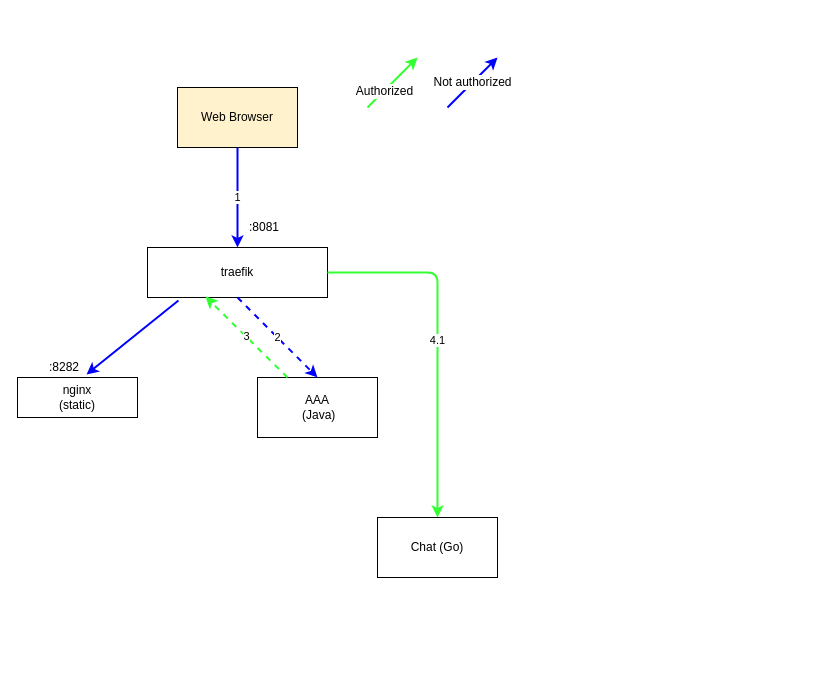
Above: .drawio/app.drawio in nkonev/videochat (draw.io), before the change. Source tidied: cells renumbered, new cells numbered last; positions are measured from the earlier drawing's top-left corner, leaving out a move shared by most shapes. Both pictures are drawn from the tidied source at 100%, with x=0, y=0 at pixel (17, 57).
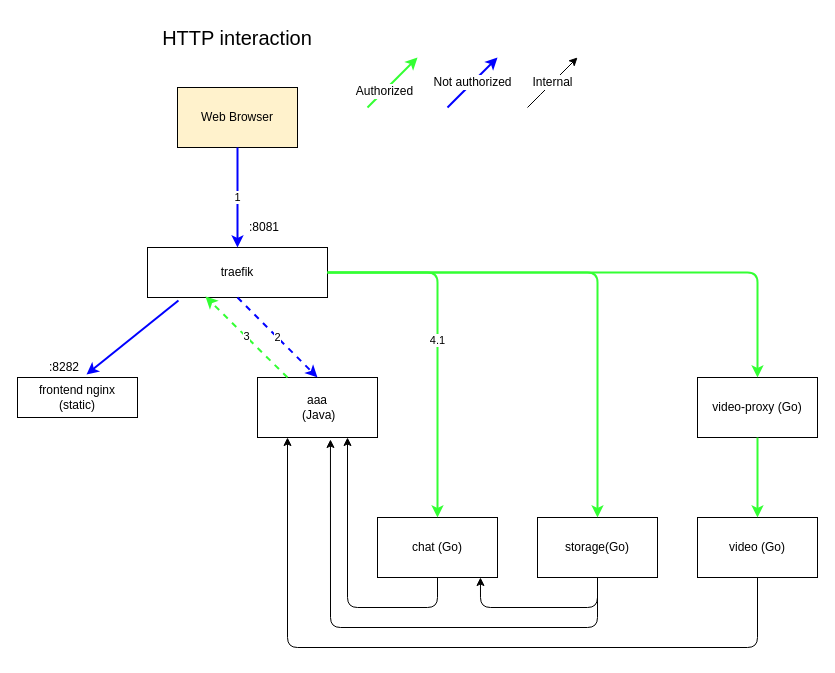
Above is the later version.

Commit message:
update http interaction scheme

The change refers to these unchanged cells:
```xml
<mxCell id="5" value="&lt;div&gt;traefik&lt;/div&gt;" style="rounded=0;whiteSpace=wrap;html=1;fillColor=#FFFFFF;" parent="1" vertex="1">
  <mxGeometry x="130" y="190" width="180" height="50" as="geometry" />
</mxCell>
```

Change to the diagram source:
```diff
@@
-    <mxCell id="3" value="&lt;div&gt;AAA&lt;/div&gt;&amp;nbsp;(Java)" style="rounded=0;whiteSpace=wrap;html=1;fillColor=#FFFFFF;" parent="1" vertex="1">
+    <mxCell id="3" value="&lt;div&gt;aaa&lt;/div&gt;&amp;nbsp;(Java)" style="rounded=0;whiteSpace=wrap;html=1;fillColor=#FFFFFF;" parent="1" vertex="1">
       <mxGeometry x="240" y="320" width="120" height="60" as="geometry" />
     </mxCell>
-    <mxCell id="4" value="&lt;div&gt;Chat (Go)&lt;/div&gt;" style="rounded=0;whiteSpace=wrap;html=1;fillColor=#FFFFFF;" parent="1" vertex="1">
+    <mxCell id="4" value="&lt;div&gt;chat (Go)&lt;/div&gt;" style="rounded=0;whiteSpace=wrap;html=1;fillColor=#FFFFFF;" parent="1" vertex="1">
       <mxGeometry x="360" y="460" width="120" height="60" as="geometry" />
     </mxCell>
@@
-    <mxCell id="13" value="&lt;div&gt;nginx&lt;/div&gt;&lt;div&gt;(static)&lt;br&gt;&lt;/div&gt;" style="rounded=0;whiteSpace=wrap;html=1;fillColor=#FFFFFF;" parent="1" vertex="1">
+    <mxCell id="13" value="&lt;div&gt;frontend nginx&lt;/div&gt;&lt;div&gt;(static)&lt;br&gt;&lt;/div&gt;" style="rounded=0;whiteSpace=wrap;html=1;fillColor=#FFFFFF;" parent="1" vertex="1">
       <mxGeometry y="320" width="120" height="40" as="geometry" />
     </mxCell>
@@
+    <mxCell id="17" value="&lt;div&gt;storage(Go)&lt;/div&gt;" style="rounded=0;whiteSpace=wrap;html=1;fillColor=#FFFFFF;" parent="1" vertex="1">
+      <mxGeometry x="520" y="460" width="120" height="60" as="geometry" />
+    </mxCell>
+    <mxCell id="18" value="&lt;div&gt;video (Go)&lt;/div&gt;" style="rounded=0;whiteSpace=wrap;html=1;fillColor=#FFFFFF;" parent="1" vertex="1">
+      <mxGeometry x="680" y="460" width="120" height="60" as="geometry" />
+    </mxCell>
+    <mxCell id="19" value="&lt;div&gt;video-proxy (Go)&lt;/div&gt;" style="rounded=0;whiteSpace=wrap;html=1;fillColor=#FFFFFF;" parent="1" vertex="1">
+      <mxGeometry x="680" y="320" width="120" height="60" as="geometry" />
+    </mxCell>
+    <mxCell id="20" style="endArrow=classic;html=1;strokeColor=#33FF33;strokeWidth=2;exitX=1;exitY=0.5;exitDx=0;exitDy=0;entryX=0.5;entryY=0;entryDx=0;entryDy=0;" parent="1" edge="1" source="5" target="17">
+      <mxGeometry relative="1" as="geometry">
+        <Array as="points">
+          <mxPoint x="580" y="215" />
+        </Array>
+      </mxGeometry>
+    </mxCell>
+    <mxCell id="21" style="endArrow=classic;html=1;strokeColor=#33FF33;strokeWidth=2;exitX=1;exitY=0.5;exitDx=0;exitDy=0;entryX=0.5;entryY=0;entryDx=0;entryDy=0;" parent="1" edge="1" source="5" target="19">
+      <mxGeometry relative="1" as="geometry">
+        <Array as="points">
+          <mxPoint x="740" y="215" />
+        </Array>
+      </mxGeometry>
+    </mxCell>
+    <mxCell id="22" style="endArrow=classic;html=1;strokeColor=#33FF33;strokeWidth=2;exitX=0.5;exitY=1;exitDx=0;exitDy=0;entryX=0.5;entryY=0;entryDx=0;entryDy=0;" parent="1" edge="1" source="19" target="18">
+      <mxGeometry relative="1" as="geometry" />
+    </mxCell>
+    <mxCell id="23" style="endArrow=classic;html=1;exitX=0.5;exitY=1;exitDx=0;exitDy=0;entryX=0.75;entryY=1;entryDx=0;entryDy=0;" parent="1" edge="1" source="4" target="3">
+      <mxGeometry relative="1" as="geometry">
+        <Array as="points">
+          <mxPoint x="420" y="550" />
+          <mxPoint x="330" y="550" />
+        </Array>
+      </mxGeometry>
+    </mxCell>
+    <mxCell id="24" style="endArrow=classic;html=1;exitX=0.5;exitY=1;exitDx=0;exitDy=0;entryX=0.858;entryY=1;entryDx=0;entryDy=0;entryPerimeter=0;" parent="1" edge="1" source="17" target="4">
+      <mxGeometry relative="1" as="geometry">
+        <Array as="points">
+          <mxPoint x="580" y="550" />
+          <mxPoint x="463" y="550" />
+        </Array>
+      </mxGeometry>
+    </mxCell>
+    <mxCell id="25" style="endArrow=classic;html=1;exitX=0.5;exitY=1;exitDx=0;exitDy=0;entryX=0.608;entryY=1.033;entryDx=0;entryDy=0;entryPerimeter=0;" parent="1" edge="1" source="17" target="3">
+      <mxGeometry relative="1" as="geometry">
+        <Array as="points">
+          <mxPoint x="580" y="570" />
+          <mxPoint x="313" y="570" />
+        </Array>
+      </mxGeometry>
+    </mxCell>
+    <mxCell id="26" style="endArrow=classic;html=1;exitX=0.5;exitY=1;exitDx=0;exitDy=0;entryX=0.25;entryY=1;entryDx=0;entryDy=0;" parent="1" edge="1" source="18" target="3">
+      <mxGeometry relative="1" as="geometry">
+        <Array as="points">
+          <mxPoint x="740" y="590" />
+          <mxPoint x="270" y="590" />
+        </Array>
+      </mxGeometry>
+    </mxCell>
+    <mxCell id="27" value="Internal" style="endArrow=classic;html=1;fontSize=12;" parent="1" edge="1">
+      <mxGeometry relative="1" as="geometry">
+        <mxPoint x="510" y="50" as="sourcePoint" />
+        <mxPoint x="560" as="targetPoint" />
+        <Array as="points">
+          <mxPoint x="530" y="30" />
+        </Array>
+      </mxGeometry>
+    </mxCell>
+    <mxCell id="28" value="HTTP interaction" style="text;html=1;strokeColor=none;fillColor=none;align=center;verticalAlign=middle;whiteSpace=wrap;rounded=0;fontSize=20;" parent="1" vertex="1">
+      <mxGeometry x="120" y="-40" width="200" height="40" as="geometry" />
+    </mxCell>
```
